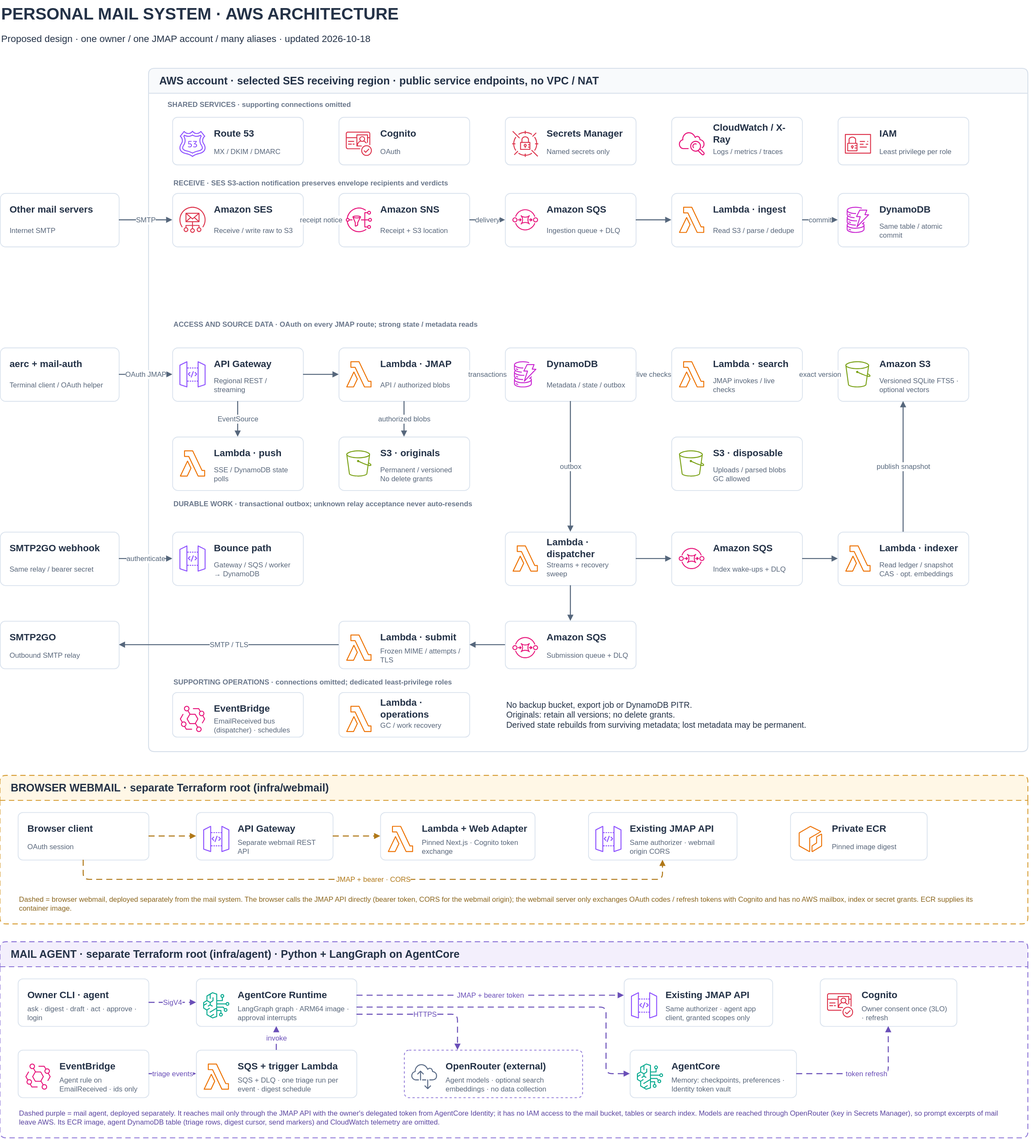
zero11-0203/s3mail keeps this draw.io diagram as docs/diagrams/aws-mail-system.drawio.svg. Above is the earlier version. Source tidied: cells renumbered, new cells last; positions are measured from the earlier drawing's top-left corner, leaving out a move shared by most shapes.
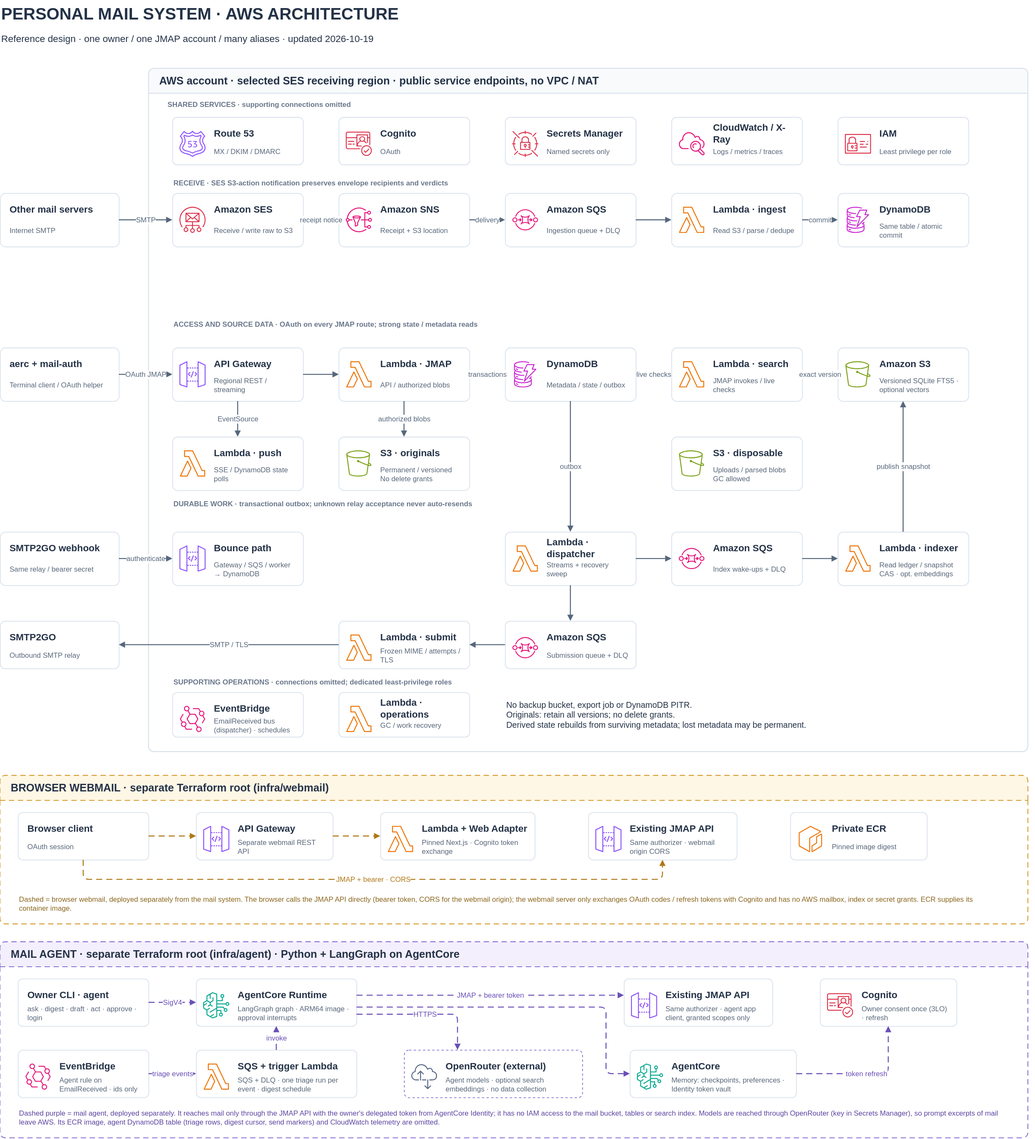
The same diagram one commit later.

Diff of the diagram source:
```diff
@@ -5,7 +5,7 @@
     <mxCell id="2" value="PERSONAL MAIL SYSTEM · AWS ARCHITECTURE" style="whiteSpace=wrap;fontFamily=Helvetica;fontColor=#243247;text;strokeColor=none;fillColor=none;align=left;verticalAlign=middle;fontSize=28;fontColor=#243247;fontStyle=1;html=1;" parent="1" vertex="1">
       <mxGeometry width="1740" height="45" as="geometry" />
     </mxCell>
-    <mxCell id="3" value="Proposed design · one owner / one JMAP account / many aliases · updated 2026-10-18" style="whiteSpace=wrap;fontFamily=Helvetica;fontColor=#243247;text;strokeColor=none;fillColor=none;align=left;verticalAlign=middle;fontSize=16;fontColor=#243247;fontStyle=0;html=1;" parent="1" vertex="1">
+    <mxCell id="3" value="Reference design · one owner / one JMAP account / many aliases · updated 2026-10-19" style="whiteSpace=wrap;fontFamily=Helvetica;fontColor=#243247;text;strokeColor=none;fillColor=none;align=left;verticalAlign=middle;fontSize=16;fontColor=#243247;fontStyle=0;html=1;" parent="1" vertex="1">
       <mxGeometry y="50" width="1740" height="30" as="geometry" />
     </mxCell>
     <mxCell id="4" value="AWS account · selected SES receiving region · public service endpoints, no VPC / NAT" style="whiteSpace=wrap;fontFamily=Helvetica;fontColor=#243247;swimlane;startSize=42;rounded=1;arcSize=8;horizontal=1;align=left;spacingLeft=16;fontSize=18;fontStyle=1;strokeWidth=1.5;strokeColor=#D6DFEA;fillColor=#F8FAFC;swimlaneFillColor=#FFFFFF;html=1;" parent="1" vertex="1">
```
